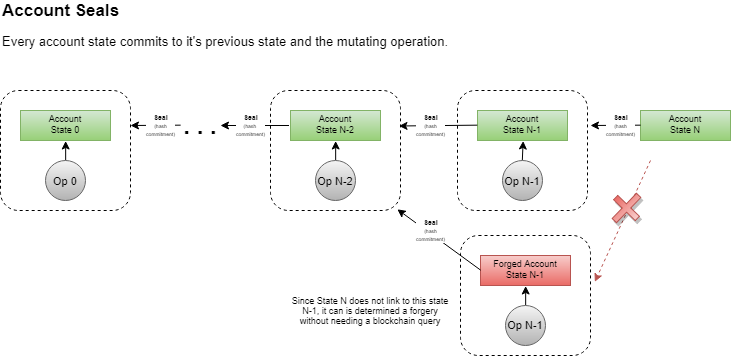
Above: PIP/resources/PIP-0029/Account-Seal.drawio.png in PascalCoinDev/PascalCoin (draw.io), before the change. Source tidied: cells renumbered, new cells last; positions are measured from the earlier drawing's top-left corner, leaving out a move shared by most shapes.
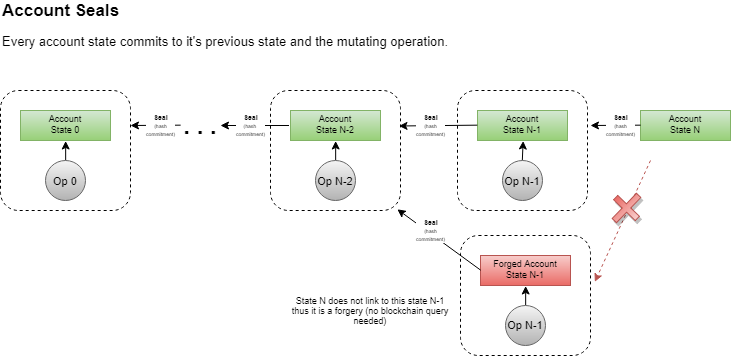
The same file after the commit.

Commit message:
PIP-0029: diagram errors

What changed in the source:
```diff
@@ -117,7 +117,7 @@
     <mxCell id="33" style="shape=cross;whiteSpace=wrap;html=1;rounded=0;shadow=1;fillColor=#f8cecc;gradientColor=#ea6b66;fontSize=48;align=left;direction=south;rotation=44;strokeColor=#b85450;" parent="1" vertex="1">
       <mxGeometry x="611" y="190" width="30" height="35" as="geometry" />
     </mxCell>
-    <mxCell id="34" value="&lt;span style=&quot;font-size: 9px&quot;&gt;Since State N does not link to this state N-1, it can is determined a forgery without needing a blockchain query&lt;/span&gt;" style="text;html=1;strokeColor=none;fillColor=none;align=center;verticalAlign=middle;whiteSpace=wrap;rounded=0;shadow=1;fontSize=9;" parent="1" vertex="1">
+    <mxCell id="34" value="&lt;span style=&quot;font-size: 9px&quot;&gt;State N does not link to this state N-1 thus it is a forgery (no blockchain query needed)&lt;/span&gt;" style="text;html=1;strokeColor=none;fillColor=none;align=center;verticalAlign=middle;whiteSpace=wrap;rounded=0;shadow=1;fontSize=9;" parent="1" vertex="1">
       <mxGeometry x="290" y="285" width="160" height="50" as="geometry" />
     </mxCell>
   </root>
```
